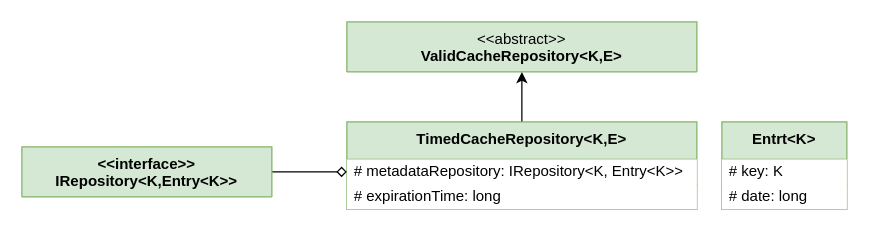
Before: page "TimedCacheRepository" (9 of 15) of docs/Diagrams.drawio in BrunoMNDantas/Repository4J, a draw.io diagram. Source tidied: cells renumbered, new cells numbered last; positions are measured from the earlier drawing's top-left corner, leaving out a move shared by most shapes. Both pictures are drawn from the tidied source at 125%, with x=0, y=0 at pixel (21, 21).
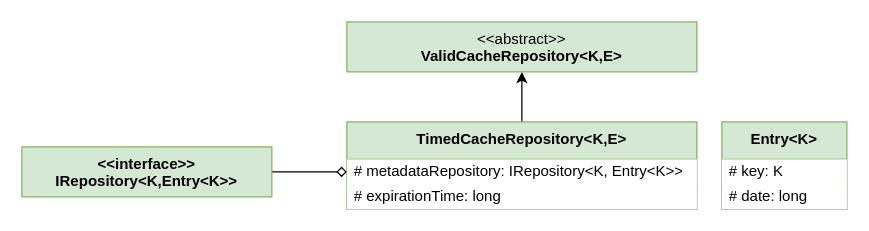
The same page after the edit.

Commit message (it also covers changes not shown here):
TimedCacheRepository UML diagram fixed

Diff of the diagram source:
```diff
@@
 <mxGraphModel>
   <root>
     <mxCell id="0" />
     <mxCell id="1" parent="0" />
     <mxCell id="2" style="edgeStyle=orthogonalEdgeStyle;rounded=0;jettySize=auto;html=1;entryX=0.5;entryY=1;entryDx=0;entryDy=0;" parent="1" edge="1" source="3" target="8">
       <mxGeometry relative="1" as="geometry" />
     </mxCell>
     <mxCell id="3" value="&lt;div&gt;&lt;b style=&quot;background-color: transparent; color: light-dark(rgb(0, 0, 0), rgb(255, 255, 255));&quot;&gt;TimedCacheRepository&amp;lt;K,E&amp;gt;&lt;/b&gt;&lt;/div&gt;" style="swimlane;fontStyle=0;align=center;verticalAlign=top;horizontal=1;startSize=30;html=1;whiteSpace=wrap;fillColor=#d5e8d4;strokeColor=#82b366;" parent="1" vertex="1">
       <mxGeometry x="260" y="80" width="280" height="70" as="geometry" />
     </mxCell>
     <mxCell id="4" value="# metadataRepository: IRepository&amp;lt;K, Entry&amp;lt;K&amp;gt;&amp;gt;" style="text;html=1;align=left;verticalAlign=middle;spacingLeft=4;spacingRight=4;overflow=hidden;points=[[0,0.5],[1,0.5]];portConstraint=eastwest;whiteSpace=wrap;fillColor=default;" parent="3" vertex="1">
       <mxGeometry y="30" width="280" height="20" as="geometry" />
     </mxCell>
     <mxCell id="5" value="# expirationTime: long" style="text;html=1;align=left;verticalAlign=middle;spacingLeft=4;spacingRight=4;overflow=hidden;whiteSpace=wrap;fillColor=default;" parent="3" vertex="1">
       <mxGeometry y="50" width="280" height="20" as="geometry" />
     </mxCell>
     <mxCell id="6" style="edgeStyle=orthogonalEdgeStyle;rounded=0;jettySize=auto;html=1;exitX=1;exitY=0.5;exitDx=0;exitDy=0;entryX=0;entryY=0.5;entryDx=0;entryDy=0;endArrow=diamond;endFill=0;" parent="1" edge="1" source="7" target="4">
       <mxGeometry relative="1" as="geometry" />
     </mxCell>
     <mxCell id="7" value="&lt;div&gt;&lt;b style=&quot;background-color: transparent; color: light-dark(rgb(0, 0, 0), rgb(255, 255, 255));&quot;&gt;&amp;lt;&amp;lt;interface&amp;gt;&amp;gt;&lt;/b&gt;&lt;/div&gt;&lt;div&gt;&lt;b style=&quot;background-color: transparent; color: light-dark(rgb(0, 0, 0), rgb(255, 255, 255));&quot;&gt;IRepository&amp;lt;K,Entry&amp;lt;K&amp;gt;&amp;gt;&lt;/b&gt;&lt;/div&gt;" style="swimlane;fontStyle=0;align=center;verticalAlign=top;horizontal=1;startSize=40;html=1;whiteSpace=wrap;fillColor=#d5e8d4;strokeColor=#82b366;" parent="1" vertex="1">
       <mxGeometry y="100" width="200" height="40" as="geometry" />
     </mxCell>
     <mxCell id="8" value="&amp;lt;&amp;lt;abstract&amp;gt;&amp;gt;&lt;br&gt;&lt;b&gt;ValidCacheRepository&amp;lt;K,E&amp;gt;&lt;/b&gt;" style="swimlane;fontStyle=0;align=center;verticalAlign=top;horizontal=1;startSize=40;html=1;whiteSpace=wrap;fillColor=#d5e8d4;strokeColor=#82b366;" parent="1" vertex="1">
       <mxGeometry x="260" width="280" height="40" as="geometry" />
     </mxCell>
-    <mxCell id="9" value="&lt;div&gt;&lt;b style=&quot;background-color: transparent; color: light-dark(rgb(0, 0, 0), rgb(255, 255, 255));&quot;&gt;Entrt&amp;lt;K&amp;gt;&lt;/b&gt;&lt;/div&gt;" style="swimlane;fontStyle=0;align=center;verticalAlign=top;horizontal=1;startSize=30;html=1;whiteSpace=wrap;fillColor=#d5e8d4;strokeColor=#82b366;" parent="1" vertex="1">
+    <mxCell id="9" value="&lt;div&gt;&lt;b style=&quot;background-color: transparent; color: light-dark(rgb(0, 0, 0), rgb(255, 255, 255));&quot;&gt;Entry&amp;lt;K&amp;gt;&lt;/b&gt;&lt;/div&gt;" style="swimlane;fontStyle=0;align=center;verticalAlign=top;horizontal=1;startSize=30;html=1;whiteSpace=wrap;fillColor=#d5e8d4;strokeColor=#82b366;" parent="1" vertex="1">
       <mxGeometry x="560" y="80" width="100" height="70" as="geometry" />
     </mxCell>
     <mxCell id="10" value="# key: K" style="text;html=1;align=left;verticalAlign=middle;spacingLeft=4;spacingRight=4;overflow=hidden;whiteSpace=wrap;fillColor=default;" parent="9" vertex="1">
       <mxGeometry y="30" width="100" height="20" as="geometry" />
     </mxCell>
     <mxCell id="11" value="# date: long" style="text;html=1;align=left;verticalAlign=middle;spacingLeft=4;spacingRight=4;overflow=hidden;whiteSpace=wrap;fillColor=default;" parent="9" vertex="1">
       <mxGeometry y="50" width="100" height="20" as="geometry" />
     </mxCell>
   </root>
 </mxGraphModel>
```
